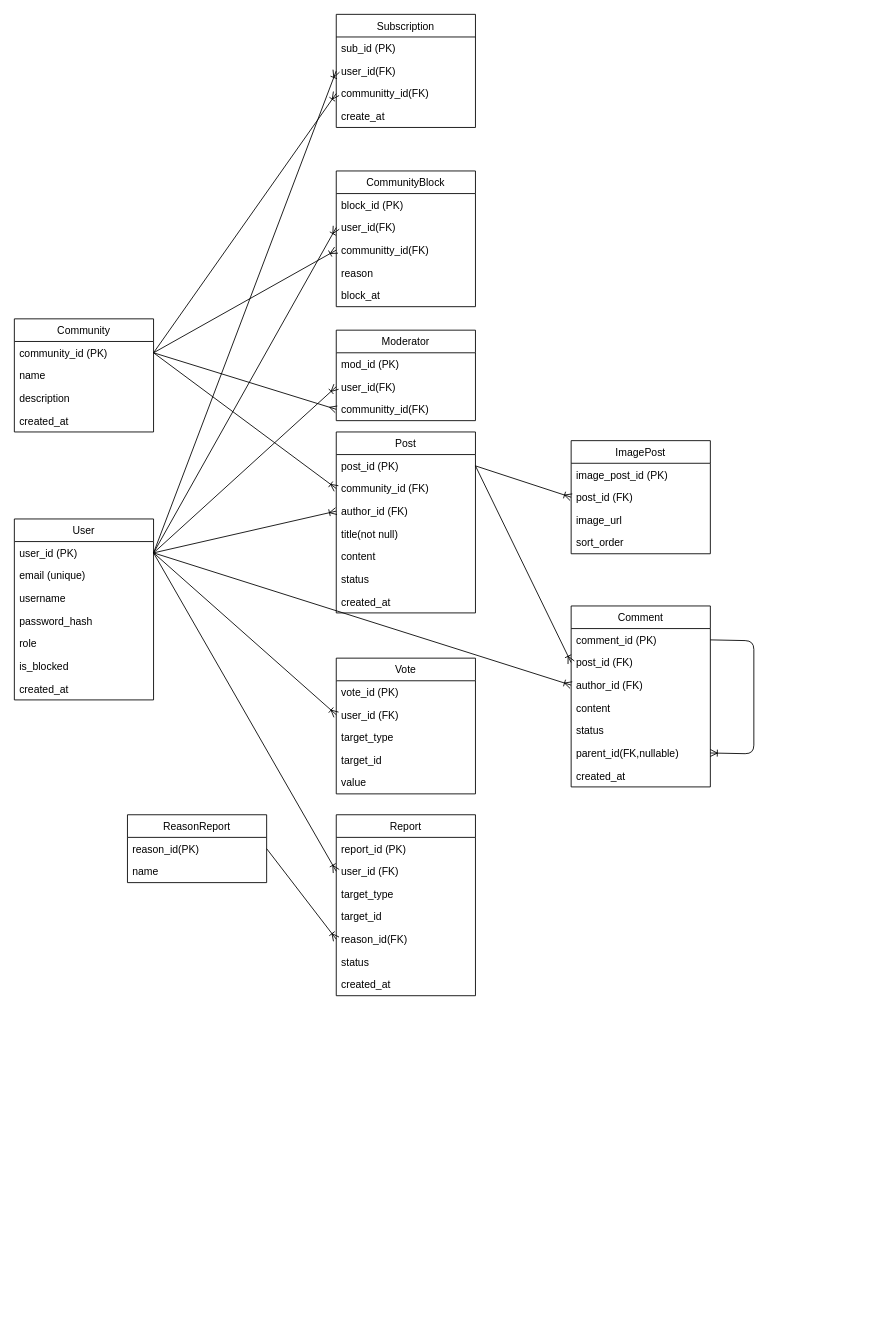
Earlier version of the draw.io diagram Charts/ER/Untitled Diagram.drawio (Deumir404/diploma). Source tidied: cells renumbered, new cells numbered last; positions are measured from the earlier drawing's top-left corner, leaving out a move shared by most shapes. Both pictures are drawn from the tidied source at 87%, with x=0, y=0 at pixel (14, 14).
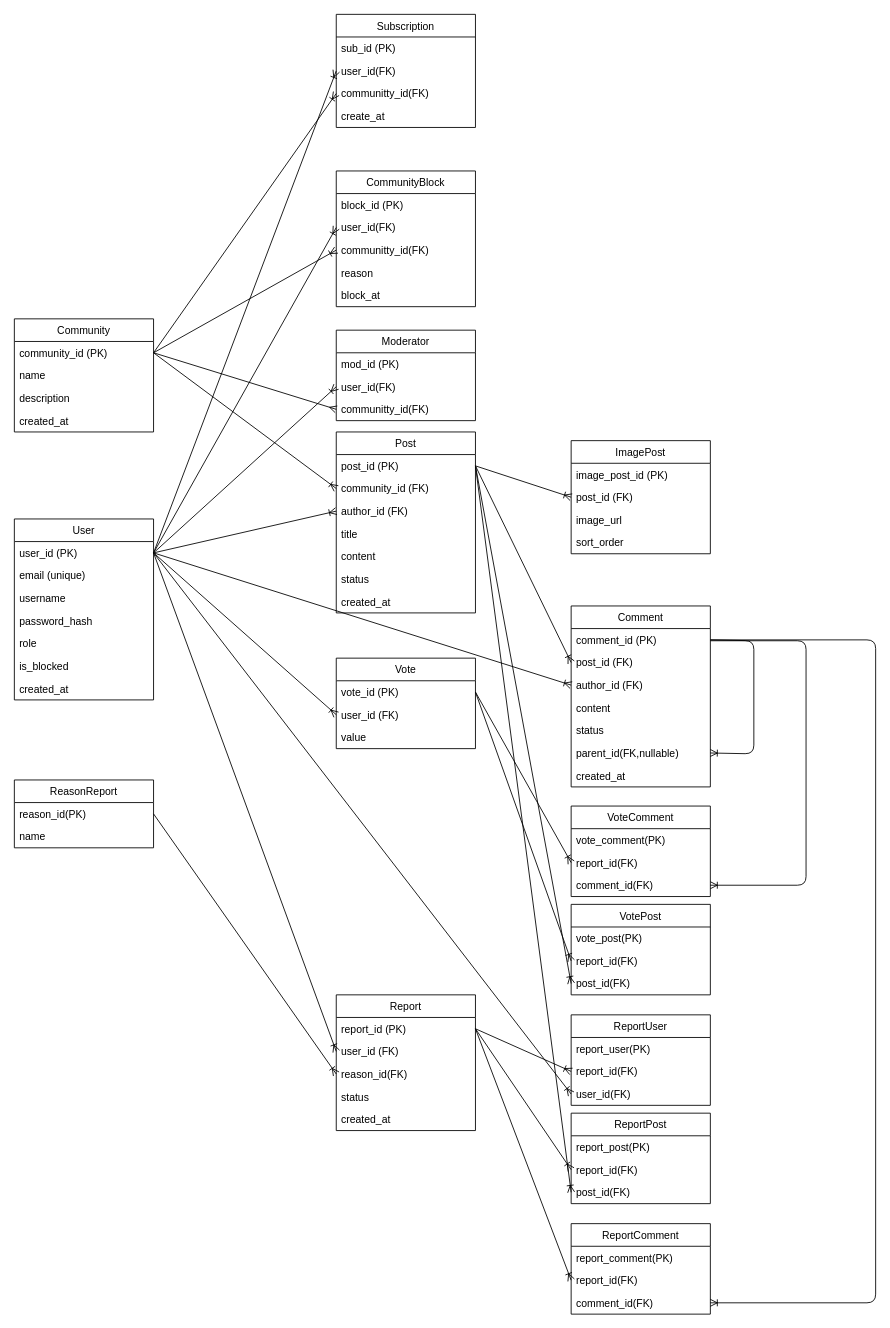
After the change.

The change refers to these unchanged cells:
```xml
<mxCell id="3" value="user_id (PK)" style="text;strokeColor=none;fillColor=none;align=left;verticalAlign=top;spacingLeft=4;spacingRight=4;overflow=hidden;points=[[0,0.5],[1,0.5]];portConstraint=eastwest;" parent="2" vertex="1">
  <mxGeometry y="26" width="160" height="26" as="geometry" />
</mxCell>
<mxCell id="15" value="Post" style="swimlane;fontStyle=0;horizontal=1;startSize=26;fillColor=none;swimlaneFillColor=#ffffff;" parent="1" vertex="1">
  <mxGeometry x="370" y="480" width="160" height="208" as="geometry" />
</mxCell>
<mxCell id="16" value="post_id (PK)" style="text;strokeColor=none;fillColor=none;align=left;verticalAlign=top;spacingLeft=4;spacingRight=4;overflow=hidden;points=[[0,0.5],[1,0.5]];portConstraint=eastwest;" parent="15" vertex="1">
  <mxGeometry y="26" width="160" height="26" as="geometry" />
</mxCell>
<mxCell id="24" value="comment_id (PK)" style="text;strokeColor=none;fillColor=none;align=left;verticalAlign=top;spacingLeft=4;spacingRight=4;overflow=hidden;points=[[0,0.5],[1,0.5]];portConstraint=eastwest;" parent="23" vertex="1">
  <mxGeometry y="26" width="160" height="26" as="geometry" />
</mxCell>
<mxCell id="33" value="vote_id (PK)" style="text;strokeColor=none;fillColor=none;align=left;verticalAlign=top;spacingLeft=4;spacingRight=4;overflow=hidden;points=[[0,0.5],[1,0.5]];portConstraint=eastwest;" parent="32" vertex="1">
  <mxGeometry y="26" width="160" height="26" as="geometry" />
</mxCell>
<mxCell id="39" value="report_id (PK)" style="text;strokeColor=none;fillColor=none;align=left;verticalAlign=top;spacingLeft=4;spacingRight=4;overflow=hidden;points=[[0,0.5],[1,0.5]];portConstraint=eastwest;" parent="38" vertex="1">
  <mxGeometry y="26" width="160" height="26" as="geometry" />
</mxCell>
```

The edit, as a diff of the source:
```diff
@@
-    <mxCell id="19" value="title(not null)" style="text;strokeColor=none;fillColor=none;align=left;verticalAlign=top;spacingLeft=4;spacingRight=4;overflow=hidden;" parent="15" vertex="1">
+    <mxCell id="19" value="title" style="text;strokeColor=none;fillColor=none;align=left;verticalAlign=top;spacingLeft=4;spacingRight=4;overflow=hidden;" parent="15" vertex="1">
       <mxGeometry y="104" width="160" height="26" as="geometry" />
     </mxCell>
@@
     <mxCell id="32" value="Vote" style="swimlane;fontStyle=0;horizontal=1;startSize=26;fillColor=none;swimlaneFillColor=#ffffff;" parent="1" vertex="1">
-      <mxGeometry x="370" y="740" width="160" height="156" as="geometry" />
+      <mxGeometry x="370" y="740" width="160" height="104" as="geometry" />
     </mxCell>
@@
-    <mxCell id="35" value="target_type" style="text;strokeColor=none;fillColor=none;align=left;verticalAlign=top;spacingLeft=4;spacingRight=4;overflow=hidden;" parent="32" vertex="1">
-      <mxGeometry y="78" width="160" height="26" as="geometry" />
-    </mxCell>
-    <mxCell id="36" value="target_id" style="text;strokeColor=none;fillColor=none;align=left;verticalAlign=top;spacingLeft=4;spacingRight=4;overflow=hidden;" parent="32" vertex="1">
-      <mxGeometry y="104" width="160" height="26" as="geometry" />
-    </mxCell>
     <mxCell id="37" value="value" style="text;strokeColor=none;fillColor=none;align=left;verticalAlign=top;spacingLeft=4;spacingRight=4;overflow=hidden;" parent="32" vertex="1">
-      <mxGeometry y="130" width="160" height="26" as="geometry" />
+      <mxGeometry y="78" width="160" height="26" as="geometry" />
     </mxCell>
     <mxCell id="38" value="Report" style="swimlane;fontStyle=0;horizontal=1;startSize=26;fillColor=none;swimlaneFillColor=#ffffff;" parent="1" vertex="1">
-      <mxGeometry x="370" y="920" width="160" height="208" as="geometry" />
+      <mxGeometry x="370" y="1127" width="160" height="156" as="geometry" />
     </mxCell>
@@
-    <mxCell id="41" value="target_type" style="text;strokeColor=none;fillColor=none;align=left;verticalAlign=top;spacingLeft=4;spacingRight=4;overflow=hidden;" parent="38" vertex="1">
-      <mxGeometry y="78" width="160" height="26" as="geometry" />
-    </mxCell>
-    <mxCell id="42" value="target_id" style="text;strokeColor=none;fillColor=none;align=left;verticalAlign=top;spacingLeft=4;spacingRight=4;overflow=hidden;" parent="38" vertex="1">
-      <mxGeometry y="104" width="160" height="26" as="geometry" />
-    </mxCell>
     <mxCell id="43" value="reason_id(FK)" style="text;strokeColor=none;fillColor=none;align=left;verticalAlign=top;spacingLeft=4;spacingRight=4;overflow=hidden;points=[[0,0.5],[1,0.5]];portConstraint=eastwest;" parent="38" vertex="1">
-      <mxGeometry y="130" width="160" height="26" as="geometry" />
+      <mxGeometry y="78" width="160" height="26" as="geometry" />
     </mxCell>
     <mxCell id="44" value="status" style="text;strokeColor=none;fillColor=none;align=left;verticalAlign=top;spacingLeft=4;spacingRight=4;overflow=hidden;" parent="38" vertex="1">
-      <mxGeometry y="156" width="160" height="26" as="geometry" />
+      <mxGeometry y="104" width="160" height="26" as="geometry" />
     </mxCell>
     <mxCell id="45" value="created_at" style="text;strokeColor=none;fillColor=none;align=left;verticalAlign=top;spacingLeft=4;spacingRight=4;overflow=hidden;" parent="38" vertex="1">
-      <mxGeometry y="182" width="160" height="26" as="geometry" />
+      <mxGeometry y="130" width="160" height="26" as="geometry" />
     </mxCell>
@@
     <mxCell id="72" value="ReasonReport" style="swimlane;fontStyle=0;horizontal=1;startSize=26;fillColor=none;swimlaneFillColor=#ffffff;" parent="1" vertex="1">
-      <mxGeometry x="130" y="920" width="160" height="78" as="geometry" />
+      <mxGeometry y="880" width="160" height="78" as="geometry" />
     </mxCell>
@@
+    <mxCell id="83" value="ReportUser" style="swimlane;fontStyle=0;horizontal=1;startSize=26;fillColor=none;swimlaneFillColor=#ffffff;" parent="1" vertex="1">
+      <mxGeometry x="640" y="1150" width="160" height="104" as="geometry" />
+    </mxCell>
+    <mxCell id="84" value="report_user(PK)" style="text;strokeColor=none;fillColor=none;align=left;verticalAlign=top;spacingLeft=4;spacingRight=4;overflow=hidden;" parent="83" vertex="1">
+      <mxGeometry y="26" width="160" height="26" as="geometry" />
+    </mxCell>
+    <mxCell id="85" value="report_id(FK)" style="text;strokeColor=none;fillColor=none;align=left;verticalAlign=top;spacingLeft=4;spacingRight=4;overflow=hidden;points=[[0,0.5],[1,0.5]];portConstraint=eastwest;" parent="83" vertex="1">
+      <mxGeometry y="52" width="160" height="26" as="geometry" />
+    </mxCell>
+    <mxCell id="86" value="user_id(FK)" style="text;strokeColor=none;fillColor=none;align=left;verticalAlign=top;spacingLeft=4;spacingRight=4;overflow=hidden;points=[[0,0.5],[1,0.5]];portConstraint=eastwest;" parent="83" vertex="1">
+      <mxGeometry y="78" width="160" height="26" as="geometry" />
+    </mxCell>
+    <mxCell id="87" value="ReportPost" style="swimlane;fontStyle=0;horizontal=1;startSize=26;fillColor=none;swimlaneFillColor=#ffffff;" parent="1" vertex="1">
+      <mxGeometry x="640" y="1263" width="160" height="104" as="geometry" />
+    </mxCell>
+    <mxCell id="88" value="report_post(PK)" style="text;strokeColor=none;fillColor=none;align=left;verticalAlign=top;spacingLeft=4;spacingRight=4;overflow=hidden;" parent="87" vertex="1">
+      <mxGeometry y="26" width="160" height="26" as="geometry" />
+    </mxCell>
+    <mxCell id="89" value="report_id(FK)" style="text;strokeColor=none;fillColor=none;align=left;verticalAlign=top;spacingLeft=4;spacingRight=4;overflow=hidden;points=[[0,0.5],[1,0.5]];portConstraint=eastwest;" parent="87" vertex="1">
+      <mxGeometry y="52" width="160" height="26" as="geometry" />
+    </mxCell>
+    <mxCell id="90" value="post_id(FK)" style="text;strokeColor=none;fillColor=none;align=left;verticalAlign=top;spacingLeft=4;spacingRight=4;overflow=hidden;points=[[0,0.5],[1,0.5]];portConstraint=eastwest;" parent="87" vertex="1">
+      <mxGeometry y="78" width="160" height="26" as="geometry" />
+    </mxCell>
+    <mxCell id="91" value="ReportComment" style="swimlane;fontStyle=0;horizontal=1;startSize=26;fillColor=none;swimlaneFillColor=#ffffff;" parent="1" vertex="1">
+      <mxGeometry x="640" y="1390" width="160" height="104" as="geometry" />
+    </mxCell>
+    <mxCell id="92" value="report_comment(PK)" style="text;strokeColor=none;fillColor=none;align=left;verticalAlign=top;spacingLeft=4;spacingRight=4;overflow=hidden;" parent="91" vertex="1">
+      <mxGeometry y="26" width="160" height="26" as="geometry" />
+    </mxCell>
+    <mxCell id="93" value="report_id(FK)" style="text;strokeColor=none;fillColor=none;align=left;verticalAlign=top;spacingLeft=4;spacingRight=4;overflow=hidden;points=[[0,0.5],[1,0.5]];portConstraint=eastwest;" parent="91" vertex="1">
+      <mxGeometry y="52" width="160" height="26" as="geometry" />
+    </mxCell>
+    <mxCell id="94" value="comment_id(FK)" style="text;strokeColor=none;fillColor=none;align=left;verticalAlign=top;spacingLeft=4;spacingRight=4;overflow=hidden;points=[[0,0.5],[1,0.5]];portConstraint=eastwest;" parent="91" vertex="1">
+      <mxGeometry y="78" width="160" height="26" as="geometry" />
+    </mxCell>
+    <mxCell id="95" style="endArrow=ERoneToMany;html=1;entryX=0;entryY=0.5;exitX=1;exitY=0.5;endFill=0;exitDx=0;exitDy=0;entryDx=0;entryDy=0;" parent="1" edge="1" source="39" target="85">
+      <mxGeometry relative="1" as="geometry" />
+    </mxCell>
+    <mxCell id="96" style="endArrow=ERoneToMany;html=1;entryX=0;entryY=0.5;exitX=1;exitY=0.5;endFill=0;exitDx=0;exitDy=0;entryDx=0;entryDy=0;" parent="1" edge="1" source="39" target="89">
+      <mxGeometry relative="1" as="geometry" />
+    </mxCell>
+    <mxCell id="97" style="endArrow=ERoneToMany;html=1;entryX=0;entryY=0.5;exitX=1;exitY=0.5;endFill=0;exitDx=0;exitDy=0;entryDx=0;entryDy=0;" parent="1" edge="1" source="39" target="93">
+      <mxGeometry relative="1" as="geometry" />
+    </mxCell>
+    <mxCell id="98" value="VoteComment" style="swimlane;fontStyle=0;horizontal=1;startSize=26;fillColor=none;swimlaneFillColor=#ffffff;" parent="1" vertex="1">
+      <mxGeometry x="640" y="910" width="160" height="104" as="geometry" />
+    </mxCell>
+    <mxCell id="99" value="vote_comment(PK)" style="text;strokeColor=none;fillColor=none;align=left;verticalAlign=top;spacingLeft=4;spacingRight=4;overflow=hidden;" parent="98" vertex="1">
+      <mxGeometry y="26" width="160" height="26" as="geometry" />
+    </mxCell>
+    <mxCell id="100" value="report_id(FK)" style="text;strokeColor=none;fillColor=none;align=left;verticalAlign=top;spacingLeft=4;spacingRight=4;overflow=hidden;points=[[0,0.5],[1,0.5]];portConstraint=eastwest;" parent="98" vertex="1">
+      <mxGeometry y="52" width="160" height="26" as="geometry" />
+    </mxCell>
+    <mxCell id="101" value="comment_id(FK)" style="text;strokeColor=none;fillColor=none;align=left;verticalAlign=top;spacingLeft=4;spacingRight=4;overflow=hidden;points=[[0,0.5],[1,0.5]];portConstraint=eastwest;" parent="98" vertex="1">
+      <mxGeometry y="78" width="160" height="26" as="geometry" />
+    </mxCell>
+    <mxCell id="102" value="VotePost" style="swimlane;fontStyle=0;horizontal=1;startSize=26;fillColor=none;swimlaneFillColor=#ffffff;" parent="1" vertex="1">
+      <mxGeometry x="640" y="1023" width="160" height="104" as="geometry" />
+    </mxCell>
+    <mxCell id="103" value="vote_post(PK)" style="text;strokeColor=none;fillColor=none;align=left;verticalAlign=top;spacingLeft=4;spacingRight=4;overflow=hidden;" parent="102" vertex="1">
+      <mxGeometry y="26" width="160" height="26" as="geometry" />
+    </mxCell>
+    <mxCell id="104" value="report_id(FK)" style="text;strokeColor=none;fillColor=none;align=left;verticalAlign=top;spacingLeft=4;spacingRight=4;overflow=hidden;points=[[0,0.5],[1,0.5]];portConstraint=eastwest;" parent="102" vertex="1">
+      <mxGeometry y="52" width="160" height="26" as="geometry" />
+    </mxCell>
+    <mxCell id="105" value="post_id(FK)" style="text;strokeColor=none;fillColor=none;align=left;verticalAlign=top;spacingLeft=4;spacingRight=4;overflow=hidden;points=[[0,0.5],[1,0.5]];portConstraint=eastwest;" parent="102" vertex="1">
+      <mxGeometry y="78" width="160" height="26" as="geometry" />
+    </mxCell>
+    <mxCell id="106" style="endArrow=ERoneToMany;html=1;entryX=0;entryY=0.5;exitX=1;exitY=0.5;endFill=0;exitDx=0;exitDy=0;entryDx=0;entryDy=0;" parent="1" edge="1" source="33" target="100">
+      <mxGeometry relative="1" as="geometry" />
+    </mxCell>
+    <mxCell id="107" style="endArrow=ERoneToMany;html=1;entryX=0;entryY=0.5;exitX=1;exitY=0.5;endFill=0;exitDx=0;exitDy=0;entryDx=0;entryDy=0;" parent="1" edge="1" source="33" target="104">
+      <mxGeometry relative="1" as="geometry" />
+    </mxCell>
+    <mxCell id="108" style="endArrow=ERoneToMany;html=1;entryX=0;entryY=0.5;exitX=1;exitY=0.5;endFill=0;exitDx=0;exitDy=0;entryDx=0;entryDy=0;" parent="1" edge="1" source="16" target="105">
+      <mxGeometry relative="1" as="geometry" />
+    </mxCell>
+    <mxCell id="109" style="endArrow=ERoneToMany;html=1;entryX=0;entryY=0.5;exitX=1;exitY=0.5;endFill=0;exitDx=0;exitDy=0;entryDx=0;entryDy=0;" parent="1" edge="1" source="16" target="90">
+      <mxGeometry relative="1" as="geometry" />
+    </mxCell>
+    <mxCell id="110" style="endArrow=ERoneToMany;html=1;entryX=1;entryY=0.5;exitX=1;exitY=0.5;endFill=0;exitDx=0;exitDy=0;entryDx=0;entryDy=0;edgeStyle=orthogonalEdgeStyle;" parent="1" edge="1" target="101">
+      <mxGeometry relative="1" as="geometry">
+        <mxPoint x="800" y="720" as="sourcePoint" />
+        <Array as="points">
+          <mxPoint x="910" y="720" />
+          <mxPoint x="910" y="1001" />
+        </Array>
+      </mxGeometry>
+    </mxCell>
+    <mxCell id="111" style="endArrow=ERoneToMany;html=1;entryX=1;entryY=0.5;exitX=1;exitY=0.5;endFill=0;exitDx=0;exitDy=0;entryDx=0;entryDy=0;edgeStyle=orthogonalEdgeStyle;" parent="1" edge="1" source="24" target="94">
+      <mxGeometry relative="1" as="geometry">
+        <Array as="points">
+          <mxPoint x="990" y="719" />
+          <mxPoint x="990" y="1481" />
+        </Array>
+      </mxGeometry>
+    </mxCell>
+    <mxCell id="112" style="endArrow=ERoneToMany;html=1;entryX=0;entryY=0.5;exitX=1;exitY=0.5;endFill=0;exitDx=0;exitDy=0;entryDx=0;entryDy=0;" parent="1" edge="1" source="3" target="86">
+      <mxGeometry relative="1" as="geometry" />
+    </mxCell>
```
